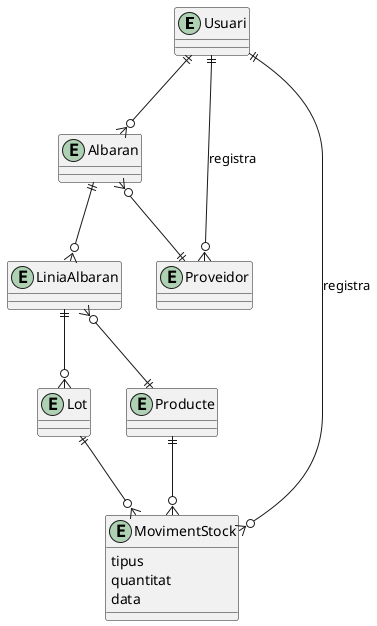
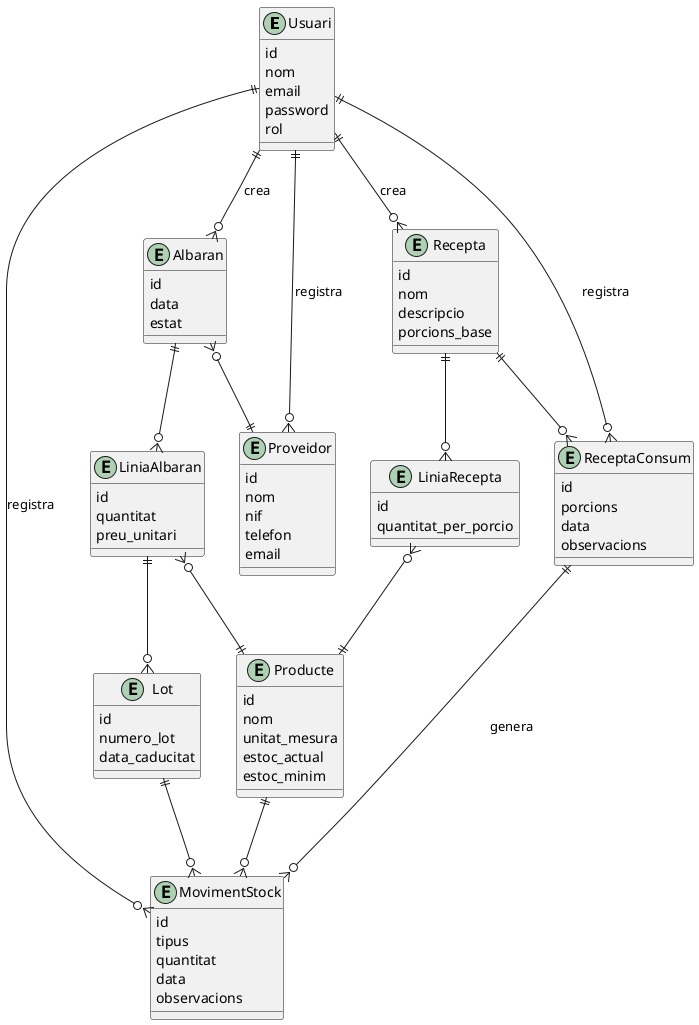
- @startuml
+ "@startuml vitalis"
entity "Usuari" as Usuari {
+   id
+   nom
+   email
+   password
+   rol
}
- 
entity "Albaran" as Albaran {
+   id
+   data
+   estat
}
- 
entity "Proveidor" as Proveidor {
+   id
+   nom
+   nif
+   telefon
+   email
}
- 
entity "LiniaAlbaran" as LiniaAlbaran {
+   id
+   quantitat
+   preu_unitari
}
- 
entity "Producte" as Producte {
+   id
+   nom
+   unitat_mesura
+   estoc_actual
+   estoc_minim
}
- 
entity "Lot" as Lot {
+   id
+   numero_lot
+   data_caducitat
}
- 
entity "MovimentStock" as MovimentStock {
+   id
  tipus
  quantitat
  data
+   observacions
+ }
+ entity "Recepta" as Recepta {
+   id
+   nom
+   descripcio
+   porcions_base
+ }
+ entity "LiniaRecepta" as LiniaRecepta {
+   id
+   quantitat_per_porcio
+ }
+ entity "ReceptaConsum" as ReceptaConsum {
+   id
+   porcions
+   data
+   observacions
}

- ' Relaciones originales
- Usuari ||--o{ Albaran : ""
+ ' Relacions originals
+ Usuari ||--o{ Albaran : "crea"
Albaran }o--|| Proveidor : ""
Usuari ||--o{ Proveidor : "registra"
Albaran ||--o{ LiniaAlbaran : ""
LiniaAlbaran }o--|| Producte : ""
LiniaAlbaran ||--o{ Lot : ""

- ' NUEVAS relaciones (stock)
+ ' Relacions d'estoc
Producte ||--o{ MovimentStock : ""
Lot ||--o{ MovimentStock : ""
Usuari ||--o{ MovimentStock : "registra"

+ ' Relacions de receptes
+ Usuari ||--o{ Recepta : "crea"
+ Recepta ||--o{ LiniaRecepta : ""
+ LiniaRecepta }o--|| Producte : ""
+ Usuari ||--o{ ReceptaConsum : "registra"
+ Recepta ||--o{ ReceptaConsum : ""
+ ReceptaConsum ||--o{ MovimentStock : "genera"
@enduml